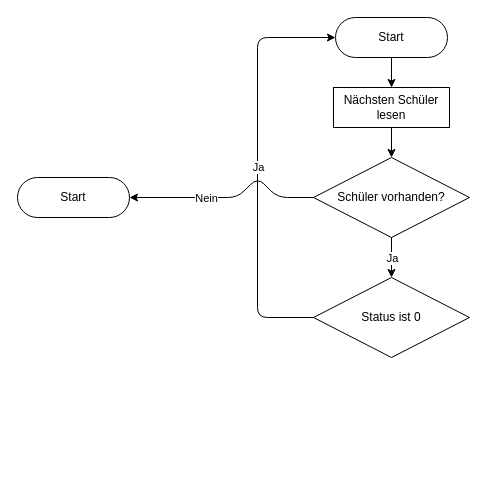
Before: Projektauftrag/Datenimport.drawio in PlayWolfYT/M122, a draw.io diagram. Source tidied: cells renumbered, new cells numbered last; positions are measured from the earlier drawing's top-left corner, leaving out a move shared by most shapes. Both pictures are drawn from the tidied source at 100%, with x=0, y=0 at pixel (17, 17).
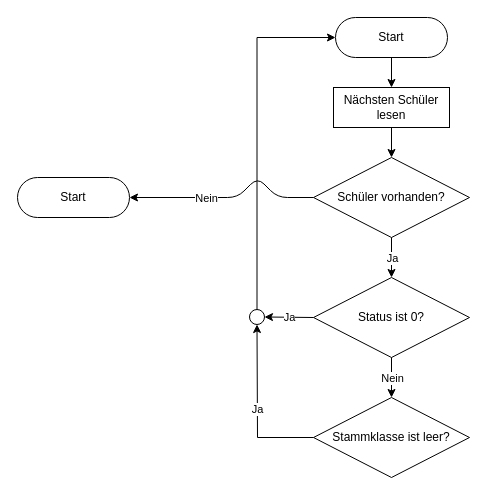
After the change.

Unchanged cells that the change refers to:
```xml
<mxCell id="3" value="Start" style="rounded=1;whiteSpace=wrap;html=1;arcSize=50;" parent="1" vertex="1">
  <mxGeometry x="318" width="112" height="40" as="geometry" />
</mxCell>
```

Change to the diagram source:
```diff
@@
-    <mxCell id="10" value="Status ist 0" style="rhombus;whiteSpace=wrap;html=1;rounded=0;" parent="1" vertex="1">
+    <mxCell id="10" value="Status ist 0?" style="rhombus;whiteSpace=wrap;html=1;rounded=0;" parent="1" vertex="1">
       <mxGeometry x="296" y="260" width="156" height="80" as="geometry" />
     </mxCell>
@@
-    <mxCell id="13" style="endArrow=classic;html=1;exitX=0;exitY=0.5;exitDx=0;exitDy=0;entryX=0;entryY=0.5;entryDx=0;entryDy=0;" parent="1" edge="1" source="10" target="3">
-      <mxGeometry relative="1" as="geometry">
-        <Array as="points">
-          <mxPoint x="240" y="300" />
-          <mxPoint x="240" y="20" />
-        </Array>
-      </mxGeometry>
-    </mxCell>
-    <mxCell id="14" value="Ja" style="edgeLabel;html=1;align=center;verticalAlign=middle;" parent="13" vertex="1">
-      <mxGeometry relative="1" as="geometry" />
-    </mxCell>
+    <mxCell id="15" style="edgeStyle=orthogonalEdgeStyle;rounded=0;jettySize=auto;html=1;exitX=0.5;exitY=0;exitDx=0;exitDy=0;entryX=0;entryY=0.5;entryDx=0;entryDy=0;" parent="1" edge="1" source="16" target="3">
+      <mxGeometry relative="1" as="geometry" />
+    </mxCell>
+    <mxCell id="16" style="ellipse;fillColor=#ffffff;strokeColor=#000000;" parent="1" vertex="1">
+      <mxGeometry x="232" y="292" width="15" height="15" as="geometry" />
+    </mxCell>
+    <mxCell id="17" value="Stammklasse ist leer?" style="rhombus;whiteSpace=wrap;html=1;rounded=0;" parent="1" vertex="1">
+      <mxGeometry x="296" y="380" width="156" height="80" as="geometry" />
+    </mxCell>
+    <mxCell id="18" style="endArrow=classic;html=1;entryX=0.5;entryY=0;entryDx=0;entryDy=0;exitX=0.5;exitY=1;exitDx=0;exitDy=0;" parent="1" edge="1" source="10" target="17">
+      <mxGeometry relative="1" as="geometry" />
+    </mxCell>
+    <mxCell id="19" value="Nein" style="edgeLabel;html=1;align=center;verticalAlign=middle;" parent="18" vertex="1">
+      <mxGeometry relative="1" as="geometry" />
+    </mxCell>
+    <mxCell id="20" style="endArrow=classic;html=1;entryX=0.5;entryY=1;entryDx=0;entryDy=0;exitX=0;exitY=0.5;exitDx=0;exitDy=0;arcSize=0;" parent="1" edge="1" source="17" target="16">
+      <mxGeometry relative="1" as="geometry">
+        <Array as="points">
+          <mxPoint x="240" y="420" />
+        </Array>
+      </mxGeometry>
+    </mxCell>
+    <mxCell id="21" value="Ja" style="edgeLabel;html=1;align=center;verticalAlign=middle;" parent="20" vertex="1">
+      <mxGeometry relative="1" as="geometry" />
+    </mxCell>
+    <mxCell id="22" style="endArrow=classic;html=1;exitX=0;exitY=0.5;exitDx=0;exitDy=0;entryX=1;entryY=0.5;entryDx=0;entryDy=0;" parent="1" edge="1" source="10" target="16">
+      <mxGeometry relative="1" as="geometry" />
+    </mxCell>
+    <mxCell id="23" value="Ja" style="edgeLabel;html=1;align=center;verticalAlign=middle;" parent="22" vertex="1">
+      <mxGeometry relative="1" as="geometry" />
+    </mxCell>
```
